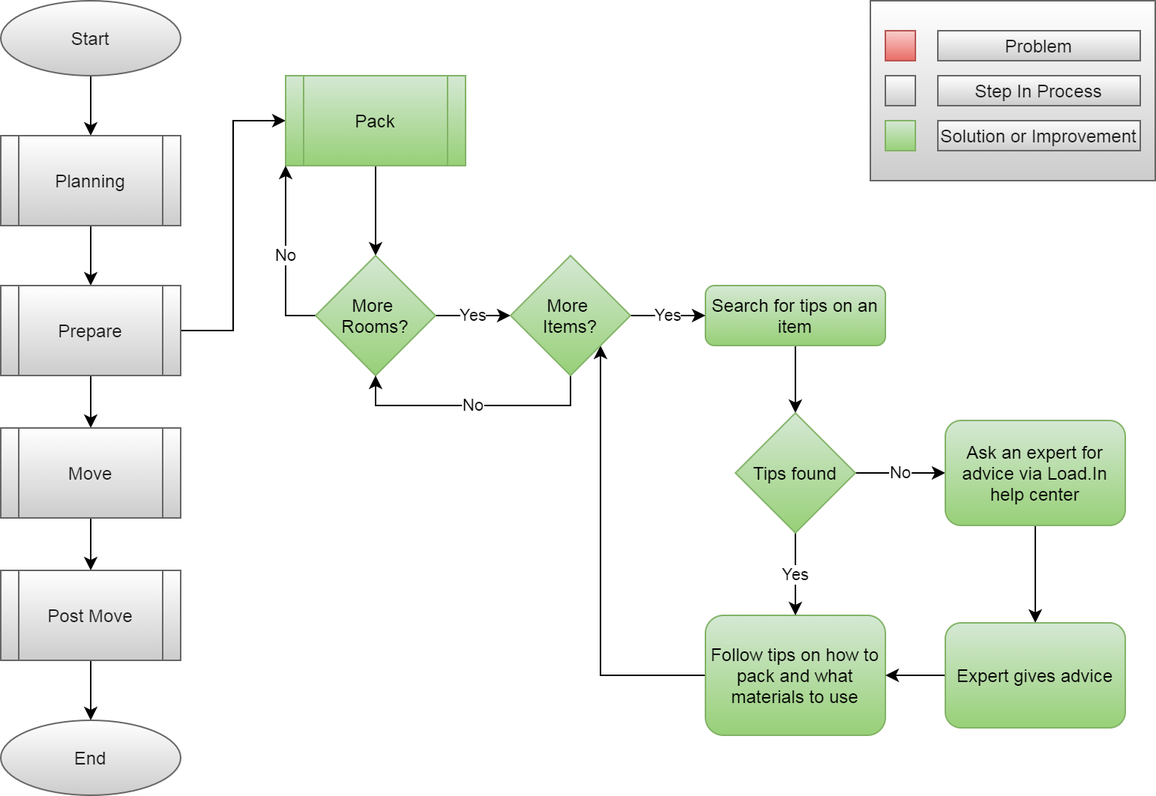
LP-76/load.in keeps this draw.io diagram as Documents/flow_diagrams/Solution_Flow_Packing.png. Above is the earlier version. Source tidied: cells renumbered, new cells last; positions are measured from the earlier drawing's top-left corner, leaving out a move shared by most shapes.
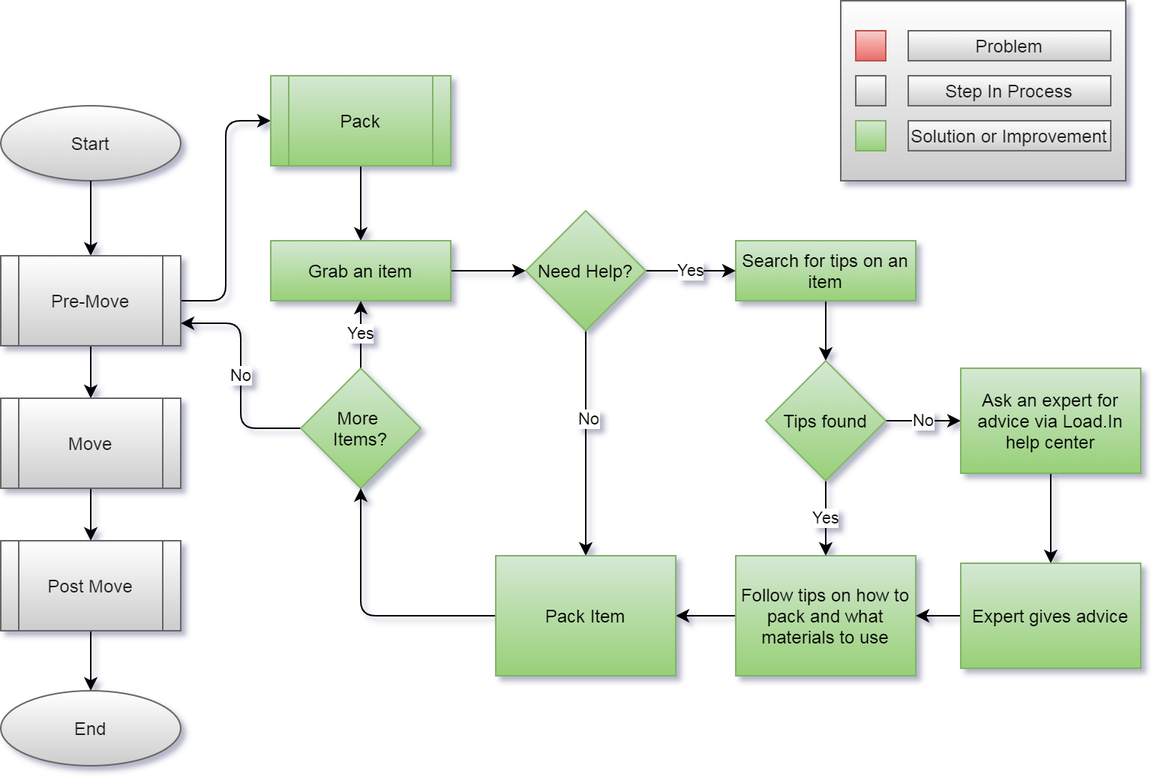
The same file after the commit.

What changed in the source:
```diff
@@ -2,25 +2,19 @@
   <root>
     <mxCell id="0" />
     <mxCell id="1" parent="0" />
-    <mxCell id="2" style="edgeStyle=orthogonalEdgeStyle;jettySize=auto;html=1;" parent="1" edge="1" source="3" target="5">
-      <mxGeometry relative="1" as="geometry" />
-    </mxCell>
     <mxCell id="3" value="Start" style="ellipse;whiteSpace=wrap;html=1;fontColor=#1A1A1A;strokeColor=#666666;fillColor=#FFFFFF;gradientColor=#CCCCCC;" parent="1" vertex="1">
-      <mxGeometry width="120" height="50" as="geometry" />
+      <mxGeometry y="90" width="120" height="50" as="geometry" />
     </mxCell>
-    <mxCell id="4" style="edgeStyle=orthogonalEdgeStyle;jettySize=auto;html=1;" parent="1" edge="1" source="5" target="8">
+    <mxCell id="4" style="edgeStyle=orthogonalEdgeStyle;jettySize=auto;html=1;exitX=0.5;exitY=1;exitDx=0;exitDy=0;" parent="1" edge="1" source="3" target="8">
       <mxGeometry relative="1" as="geometry" />
     </mxCell>
-    <mxCell id="5" value="Planning" style="shape=process;whiteSpace=wrap;html=1;backgroundOutline=1;fontColor=#1A1A1A;strokeColor=#666666;fillColor=#FFFFFF;gradientColor=#CCCCCC;" parent="1" vertex="1">
-      <mxGeometry y="90" width="120" height="60" as="geometry" />
-    </mxCell>
     <mxCell id="6" style="edgeStyle=orthogonalEdgeStyle;jettySize=auto;html=1;" parent="1" edge="1" source="8" target="10">
       <mxGeometry relative="1" as="geometry" />
     </mxCell>
-    <mxCell id="7" style="edgeStyle=orthogonalEdgeStyle;rounded=0;jettySize=auto;html=1;entryX=0;entryY=0.5;entryDx=0;entryDy=0;" parent="1" edge="1" source="8" target="27">
+    <mxCell id="7" style="edgeStyle=orthogonalEdgeStyle;jettySize=auto;html=1;entryX=0;entryY=0.5;entryDx=0;entryDy=0;" parent="1" edge="1" source="8" target="27">
       <mxGeometry relative="1" as="geometry" />
     </mxCell>
-    <mxCell id="8" value="Prepare" style="shape=process;whiteSpace=wrap;html=1;backgroundOutline=1;fontColor=#1A1A1A;strokeColor=#666666;fillColor=#FFFFFF;gradientColor=#CCCCCC;" parent="1" vertex="1">
+    <mxCell id="8" value="Pre-Move" style="shape=process;whiteSpace=wrap;html=1;backgroundOutline=1;fontColor=#1A1A1A;strokeColor=#666666;fillColor=#FFFFFF;gradientColor=#CCCCCC;" parent="1" vertex="1">
       <mxGeometry y="190" width="120" height="60" as="geometry" />
     </mxCell>
     <mxCell id="9" style="edgeStyle=orthogonalEdgeStyle;jettySize=auto;html=1;" parent="1" edge="1" source="10" target="12">
@@ -38,20 +32,20 @@
     <mxCell id="13" value="End" style="ellipse;whiteSpace=wrap;html=1;fontColor=#1A1A1A;strokeColor=#666666;fillColor=#FFFFFF;gradientColor=#CCCCCC;" parent="1" vertex="1">
       <mxGeometry y="480" width="120" height="50" as="geometry" />
     </mxCell>
-    <mxCell id="14" style="edgeStyle=orthogonalEdgeStyle;rounded=0;jettySize=auto;html=1;" parent="1" edge="1" source="15" target="36">
+    <mxCell id="14" style="edgeStyle=orthogonalEdgeStyle;jettySize=auto;html=1;" parent="1" edge="1" source="15" target="36">
       <mxGeometry relative="1" as="geometry" />
     </mxCell>
-    <mxCell id="15" value="Search for tips on an item" style="rounded=1;whiteSpace=wrap;html=1;fontSize=12;glass=0;strokeWidth=1;shadow=0;gradientColor=#97d077;fillColor=#d5e8d4;strokeColor=#82b366;" parent="1" vertex="1">
-      <mxGeometry x="470" y="190" width="120" height="40" as="geometry" />
+    <mxCell id="15" value="Search for tips on an item" style="whiteSpace=wrap;html=1;fontSize=12;glass=0;strokeWidth=1;shadow=0;gradientColor=#97d077;fillColor=#d5e8d4;strokeColor=#82b366;" parent="1" vertex="1">
+      <mxGeometry x="490" y="180" width="120" height="40" as="geometry" />
     </mxCell>
-    <mxCell id="16" style="edgeStyle=orthogonalEdgeStyle;rounded=0;jettySize=auto;html=1;entryX=1;entryY=1;entryDx=0;entryDy=0;" parent="1" edge="1" source="17" target="33">
-      <mxGeometry relative="1" as="geometry" />
-    </mxCell>
+    <mxCell id="41" style="edgeStyle=orthogonalEdgeStyle;jettySize=auto;html=1;" parent="1" edge="1" source="17" target="52">
+      <mxGeometry relative="1" as="geometry" />
+    </mxCell>
-    <mxCell id="17" value="Follow tips on how to pack and what materials to use" style="rounded=1;whiteSpace=wrap;html=1;fontSize=12;glass=0;strokeWidth=1;shadow=0;gradientColor=#97d077;fillColor=#d5e8d4;strokeColor=#82b366;" parent="1" vertex="1">
-      <mxGeometry x="470" y="410" width="120" height="80" as="geometry" />
+    <mxCell id="17" value="Follow tips on how to pack and what materials to use" style="whiteSpace=wrap;html=1;fontSize=12;glass=0;strokeWidth=1;shadow=0;gradientColor=#97d077;fillColor=#d5e8d4;strokeColor=#82b366;" parent="1" vertex="1">
+      <mxGeometry x="490" y="390" width="120" height="80" as="geometry" />
     </mxCell>
     <mxCell id="18" style="group;" parent="1" vertex="1">
-      <mxGeometry x="580" width="190" height="120" as="geometry" />
+      <mxGeometry x="560" y="20" width="190" height="120" as="geometry" />
     </mxCell>
     <mxCell id="19" style="verticalLabelPosition=bottom;verticalAlign=top;html=1;shape=mxgraph.basic.rect;fillColor2=none;strokeWidth=1;size=20;indent=5;fillColor=#FFFFFF;gradientColor=#CCCCCC;strokeColor=#666666;fontColor=#1A1A1A;" parent="18" vertex="1">
       <mxGeometry width="190" height="120" as="geometry" />
@@ -74,50 +68,65 @@
     <mxCell id="25" value="Solution or Improvement" style="text;html=1;align=center;verticalAlign=middle;whiteSpace=wrap;fillColor=#FFFFFF;gradientColor=#CCCCCC;strokeColor=#666666;fontColor=#1A1A1A;" parent="18" vertex="1">
       <mxGeometry x="45" y="80" width="135" height="20" as="geometry" />
     </mxCell>
-    <mxCell id="26" style="edgeStyle=orthogonalEdgeStyle;rounded=0;jettySize=auto;html=1;" parent="1" edge="1" source="27" target="30">
-      <mxGeometry relative="1" as="geometry" />
-    </mxCell>
+    <mxCell id="42" style="edgeStyle=orthogonalEdgeStyle;jettySize=auto;html=1;" parent="1" edge="1" source="27" target="46">
+      <mxGeometry relative="1" as="geometry" />
+    </mxCell>
     <mxCell id="27" value="Pack" style="shape=process;whiteSpace=wrap;html=1;backgroundOutline=1;gradientColor=#97d077;fillColor=#d5e8d4;strokeColor=#82b366;" parent="1" vertex="1">
-      <mxGeometry x="190" y="50" width="120" height="60" as="geometry" />
+      <mxGeometry x="180" y="70" width="120" height="60" as="geometry" />
     </mxCell>
-    <mxCell id="28" value="Yes" style="edgeStyle=orthogonalEdgeStyle;rounded=0;jettySize=auto;html=1;" parent="1" edge="1" source="30" target="33">
-      <mxGeometry relative="1" as="geometry" />
-    </mxCell>
-    <mxCell id="29" value="No" style="edgeStyle=orthogonalEdgeStyle;rounded=0;jettySize=auto;html=1;entryX=0;entryY=1;entryDx=0;entryDy=0;exitX=0;exitY=0.5;exitDx=0;exitDy=0;" parent="1" edge="1" source="30" target="27">
-      <mxGeometry relative="1" as="geometry" />
-    </mxCell>
-    <mxCell id="30" value="More &lt;br&gt;Rooms?" style="rhombus;whiteSpace=wrap;html=1;gradientColor=#97d077;fillColor=#d5e8d4;strokeColor=#82b366;" parent="1" vertex="1">
-      <mxGeometry x="210" y="170" width="80" height="80" as="geometry" />
-    </mxCell>
-    <mxCell id="31" value="Yes" style="edgeStyle=orthogonalEdgeStyle;rounded=0;jettySize=auto;html=1;" parent="1" edge="1" source="33" target="15">
-      <mxGeometry relative="1" as="geometry" />
-    </mxCell>
-    <mxCell id="32" value="No" style="edgeStyle=orthogonalEdgeStyle;rounded=0;jettySize=auto;html=1;entryX=0.5;entryY=1;entryDx=0;entryDy=0;exitX=0.5;exitY=1;exitDx=0;exitDy=0;" parent="1" edge="1" source="33" target="30">
-      <mxGeometry relative="1" as="geometry" />
-    </mxCell>
+    <mxCell id="43" value="Yes" style="edgeStyle=orthogonalEdgeStyle;jettySize=auto;html=1;" parent="1" edge="1" source="33" target="46">
+      <mxGeometry relative="1" as="geometry" />
+    </mxCell>
+    <mxCell id="44" value="No" style="edgeStyle=orthogonalEdgeStyle;jettySize=auto;html=1;entryX=1;entryY=0.75;entryDx=0;entryDy=0;" parent="1" edge="1" source="33" target="8">
+      <mxGeometry relative="1" as="geometry" />
+    </mxCell>
     <mxCell id="33" value="More &lt;br&gt;Items?" style="rhombus;whiteSpace=wrap;html=1;gradientColor=#97d077;fillColor=#d5e8d4;strokeColor=#82b366;" parent="1" vertex="1">
-      <mxGeometry x="340" y="170" width="80" height="80" as="geometry" />
+      <mxGeometry x="200" y="265" width="80" height="80" as="geometry" />
     </mxCell>
-    <mxCell id="34" value="No" style="edgeStyle=orthogonalEdgeStyle;rounded=0;jettySize=auto;html=1;" parent="1" edge="1" source="36" target="38">
+    <mxCell id="34" value="No" style="edgeStyle=orthogonalEdgeStyle;jettySize=auto;html=1;" parent="1" edge="1" source="36" target="38">
       <mxGeometry relative="1" as="geometry" />
     </mxCell>
-    <mxCell id="35" value="Yes" style="edgeStyle=orthogonalEdgeStyle;rounded=0;jettySize=auto;html=1;" parent="1" edge="1" source="36" target="17">
+    <mxCell id="35" value="Yes" style="edgeStyle=orthogonalEdgeStyle;jettySize=auto;html=1;" parent="1" edge="1" source="36" target="17">
       <mxGeometry relative="1" as="geometry" />
     </mxCell>
     <mxCell id="36" value="Tips found" style="rhombus;whiteSpace=wrap;html=1;gradientColor=#97d077;fillColor=#d5e8d4;strokeColor=#82b366;" parent="1" vertex="1">
-      <mxGeometry x="490" y="275" width="80" height="80" as="geometry" />
+      <mxGeometry x="510" y="260" width="80" height="80" as="geometry" />
     </mxCell>
-    <mxCell id="37" style="edgeStyle=orthogonalEdgeStyle;rounded=0;jettySize=auto;html=1;" parent="1" edge="1" source="38" target="40">
+    <mxCell id="37" style="edgeStyle=orthogonalEdgeStyle;jettySize=auto;html=1;" parent="1" edge="1" source="38" target="40">
       <mxGeometry relative="1" as="geometry" />
     </mxCell>
-    <mxCell id="38" value="Ask an expert for advice via Load.In help center" style="rounded=1;whiteSpace=wrap;html=1;fontSize=12;glass=0;strokeWidth=1;shadow=0;gradientColor=#97d077;fillColor=#d5e8d4;strokeColor=#82b366;" parent="1" vertex="1">
-      <mxGeometry x="630" y="280" width="120" height="70" as="geometry" />
+    <mxCell id="38" value="Ask an expert for advice via Load.In help center" style="whiteSpace=wrap;html=1;fontSize=12;glass=0;strokeWidth=1;shadow=0;gradientColor=#97d077;fillColor=#d5e8d4;strokeColor=#82b366;" parent="1" vertex="1">
+      <mxGeometry x="640" y="265" width="120" height="70" as="geometry" />
     </mxCell>
-    <mxCell id="39" style="edgeStyle=orthogonalEdgeStyle;rounded=0;jettySize=auto;html=1;" parent="1" edge="1" source="40" target="17">
+    <mxCell id="39" style="edgeStyle=orthogonalEdgeStyle;jettySize=auto;html=1;" parent="1" edge="1" source="40" target="17">
       <mxGeometry relative="1" as="geometry" />
     </mxCell>
-    <mxCell id="40" value="Expert gives advice" style="rounded=1;whiteSpace=wrap;html=1;fontSize=12;glass=0;strokeWidth=1;shadow=0;gradientColor=#97d077;fillColor=#d5e8d4;strokeColor=#82b366;" parent="1" vertex="1">
-      <mxGeometry x="630" y="415" width="120" height="70" as="geometry" />
+    <mxCell id="40" value="Expert gives advice" style="whiteSpace=wrap;html=1;fontSize=12;glass=0;strokeWidth=1;shadow=0;gradientColor=#97d077;fillColor=#d5e8d4;strokeColor=#82b366;" parent="1" vertex="1">
+      <mxGeometry x="640" y="395" width="120" height="70" as="geometry" />
     </mxCell>
+    <mxCell id="45" style="edgeStyle=orthogonalEdgeStyle;jettySize=auto;html=1;" parent="1" edge="1" source="46" target="50">
+      <mxGeometry relative="1" as="geometry" />
+    </mxCell>
+    <mxCell id="46" value="Grab an item" style="whiteSpace=wrap;html=1;fontSize=12;glass=0;strokeWidth=1;shadow=0;gradientColor=#97d077;fillColor=#d5e8d4;strokeColor=#82b366;" parent="1" vertex="1">
+      <mxGeometry x="180" y="180" width="120" height="40" as="geometry" />
+    </mxCell>
+    <mxCell id="47" value="Yes" style="edgeStyle=orthogonalEdgeStyle;jettySize=auto;html=1;" parent="1" edge="1" source="50" target="15">
+      <mxGeometry relative="1" as="geometry" />
+    </mxCell>
+    <mxCell id="48" style="edgeStyle=orthogonalEdgeStyle;jettySize=auto;html=1;" parent="1" edge="1" source="50" target="52">
+      <mxGeometry relative="1" as="geometry" />
+    </mxCell>
+    <mxCell id="49" value="No" style="edgeLabel;html=1;align=center;verticalAlign=middle;" parent="48" vertex="1">
+      <mxGeometry x="-0.23" y="1" relative="1" as="geometry" />
+    </mxCell>
+    <mxCell id="50" value="Need Help?" style="rhombus;whiteSpace=wrap;html=1;gradientColor=#97d077;fillColor=#d5e8d4;strokeColor=#82b366;" parent="1" vertex="1">
+      <mxGeometry x="350" y="160" width="80" height="80" as="geometry" />
+    </mxCell>
+    <mxCell id="51" style="edgeStyle=orthogonalEdgeStyle;jettySize=auto;html=1;entryX=0.5;entryY=1;entryDx=0;entryDy=0;exitX=0;exitY=0.5;exitDx=0;exitDy=0;" parent="1" edge="1" source="52" target="33">
+      <mxGeometry relative="1" as="geometry" />
+    </mxCell>
+    <mxCell id="52" value="Pack Item" style="whiteSpace=wrap;html=1;fontSize=12;glass=0;strokeWidth=1;shadow=0;gradientColor=#97d077;fillColor=#d5e8d4;strokeColor=#82b366;" parent="1" vertex="1">
+      <mxGeometry x="330" y="390" width="120" height="80" as="geometry" />
+    </mxCell>
   </root>
 </mxGraphModel>
```
